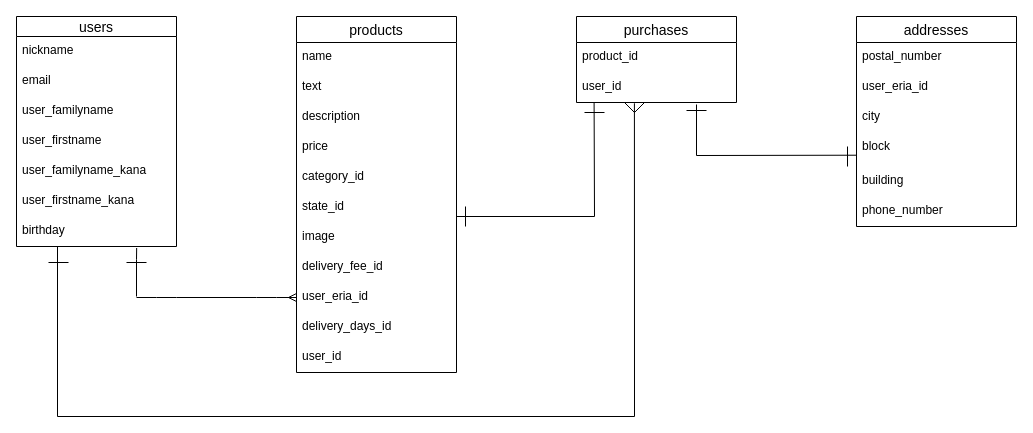
Earlier version of the draw.io diagram furima.dio (manyomanyo/furima-35158). Source tidied: cells renumbered, new cells numbered last; positions are measured from the earlier drawing's top-left corner, leaving out a move shared by most shapes. Both pictures are drawn from the tidied source at 100%, with x=0, y=0 at pixel (16, 16).
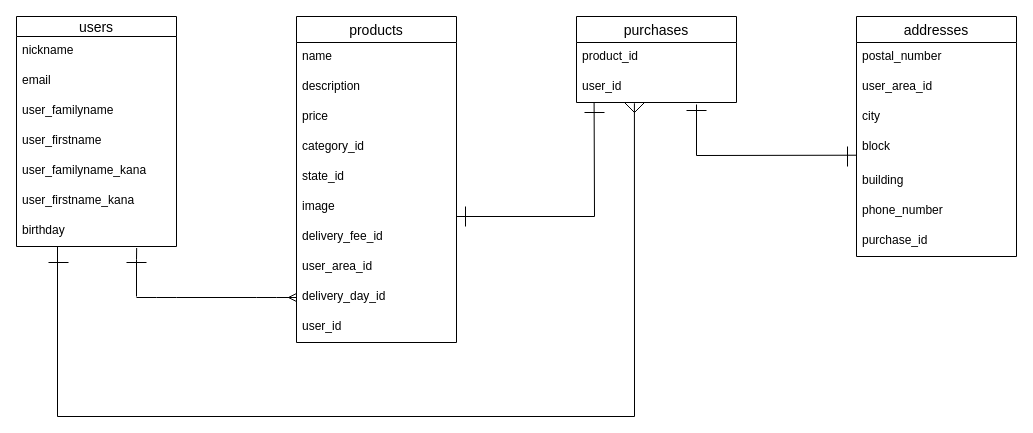
The same page after the edit.

The edit, as a diff of the source:
```diff
@@
     <mxCell id="10" value="products" style="swimlane;fontStyle=0;horizontal=1;startSize=26;align=center;fontSize=14;" parent="1" vertex="1">
-      <mxGeometry x="280" width="160" height="356" as="geometry" />
+      <mxGeometry x="280" width="160" height="326" as="geometry" />
     </mxCell>
@@
-    <mxCell id="12" value="text" style="text;strokeColor=none;fillColor=none;spacingLeft=4;spacingRight=4;overflow=hidden;fontSize=12;" parent="10" vertex="1">
-      <mxGeometry y="56" width="160" height="30" as="geometry" />
-    </mxCell>
     <mxCell id="13" value="description" style="text;strokeColor=none;fillColor=none;spacingLeft=4;spacingRight=4;overflow=hidden;fontSize=12;" parent="10" vertex="1">
-      <mxGeometry y="86" width="160" height="30" as="geometry" />
+      <mxGeometry y="56" width="160" height="30" as="geometry" />
     </mxCell>
     <mxCell id="14" value="price" style="text;strokeColor=none;fillColor=none;spacingLeft=4;spacingRight=4;overflow=hidden;fontSize=12;" parent="10" vertex="1">
-      <mxGeometry y="116" width="160" height="30" as="geometry" />
+      <mxGeometry y="86" width="160" height="30" as="geometry" />
     </mxCell>
     <mxCell id="15" value="category_id" style="text;strokeColor=none;fillColor=none;spacingLeft=4;spacingRight=4;overflow=hidden;fontSize=12;" parent="10" vertex="1">
-      <mxGeometry y="146" width="160" height="30" as="geometry" />
+      <mxGeometry y="116" width="160" height="30" as="geometry" />
     </mxCell>
     <mxCell id="16" value="state_id" style="text;strokeColor=none;fillColor=none;spacingLeft=4;spacingRight=4;overflow=hidden;fontSize=12;" parent="10" vertex="1">
-      <mxGeometry y="176" width="160" height="30" as="geometry" />
+      <mxGeometry y="146" width="160" height="30" as="geometry" />
     </mxCell>
     <mxCell id="17" value="image" style="text;strokeColor=none;fillColor=none;spacingLeft=4;spacingRight=4;overflow=hidden;fontSize=12;" parent="10" vertex="1">
-      <mxGeometry y="206" width="160" height="30" as="geometry" />
+      <mxGeometry y="176" width="160" height="30" as="geometry" />
     </mxCell>
     <mxCell id="18" value="delivery_fee_id" style="text;strokeColor=none;fillColor=none;spacingLeft=4;spacingRight=4;overflow=hidden;fontSize=12;" parent="10" vertex="1">
-      <mxGeometry y="236" width="160" height="30" as="geometry" />
+      <mxGeometry y="206" width="160" height="30" as="geometry" />
     </mxCell>
-    <mxCell id="19" value="user_eria_id" style="text;strokeColor=none;fillColor=none;spacingLeft=4;spacingRight=4;overflow=hidden;points=[[0,0.5],[1,0.5]];portConstraint=eastwest;fontSize=12;" parent="10" vertex="1">
-      <mxGeometry y="266" width="160" height="30" as="geometry" />
+    <mxCell id="19" value="user_area_id" style="text;strokeColor=none;fillColor=none;spacingLeft=4;spacingRight=4;overflow=hidden;points=[[0,0.5],[1,0.5]];portConstraint=eastwest;fontSize=12;" parent="10" vertex="1">
+      <mxGeometry y="236" width="160" height="30" as="geometry" />
     </mxCell>
-    <mxCell id="20" value="delivery_days_id" style="text;strokeColor=none;fillColor=none;spacingLeft=4;spacingRight=4;overflow=hidden;points=[[0,0.5],[1,0.5]];portConstraint=eastwest;fontSize=12;" parent="10" vertex="1">
-      <mxGeometry y="296" width="160" height="30" as="geometry" />
+    <mxCell id="20" value="delivery_day_id" style="text;strokeColor=none;fillColor=none;spacingLeft=4;spacingRight=4;overflow=hidden;points=[[0,0.5],[1,0.5]];portConstraint=eastwest;fontSize=12;" parent="10" vertex="1">
+      <mxGeometry y="266" width="160" height="30" as="geometry" />
     </mxCell>
     <mxCell id="21" value="user_id" style="text;strokeColor=none;fillColor=none;spacingLeft=4;spacingRight=4;overflow=hidden;fontSize=12;" parent="10" vertex="1">
-      <mxGeometry y="326" width="160" height="30" as="geometry" />
+      <mxGeometry y="296" width="160" height="30" as="geometry" />
     </mxCell>
@@
     <mxCell id="25" value="addresses" style="swimlane;fontStyle=0;horizontal=1;startSize=26;align=center;fontSize=14;" parent="1" vertex="1">
-      <mxGeometry x="840" width="160" height="210" as="geometry" />
+      <mxGeometry x="840" width="160" height="240" as="geometry" />
     </mxCell>
@@
-    <mxCell id="27" value="user_eria_id" style="text;strokeColor=none;fillColor=none;spacingLeft=4;spacingRight=4;overflow=hidden;fontSize=12;" parent="25" vertex="1">
+    <mxCell id="27" value="user_area_id" style="text;strokeColor=none;fillColor=none;spacingLeft=4;spacingRight=4;overflow=hidden;fontSize=12;" parent="25" vertex="1">
       <mxGeometry y="56" width="160" height="30" as="geometry" />
     </mxCell>
@@
+    <mxCell id="45" value="purchase_id" style="text;strokeColor=none;fillColor=none;spacingLeft=4;spacingRight=4;overflow=hidden;fontSize=12;" parent="25" vertex="1">
+      <mxGeometry y="210" width="160" height="30" as="geometry" />
+    </mxCell>
-    <mxCell id="32" style="edgeStyle=entityRelationEdgeStyle;fontSize=12;html=1;endArrow=ERmany;entryX=0;entryY=0.5;entryDx=0;entryDy=0;" parent="1" edge="1" target="19">
+    <mxCell id="32" style="edgeStyle=entityRelationEdgeStyle;fontSize=12;html=1;endArrow=ERmany;entryX=0;entryY=0.5;entryDx=0;entryDy=0;" parent="1" edge="1" target="20">
       <mxGeometry relative="1" as="geometry">
         <mxPoint x="120" y="281" as="sourcePoint" />
       </mxGeometry>
     </mxCell>
```
